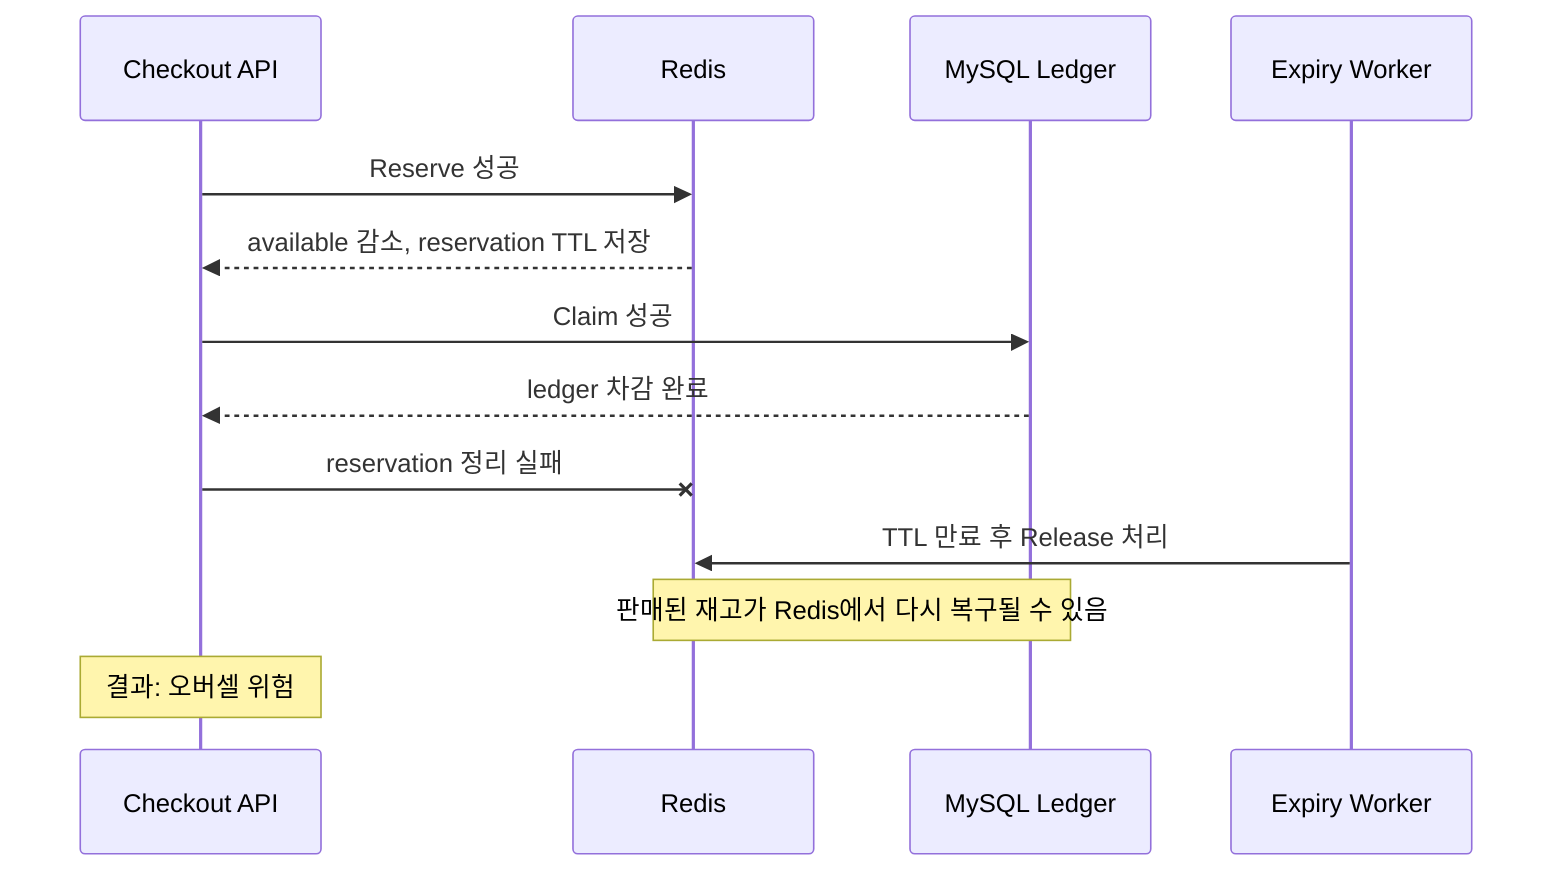
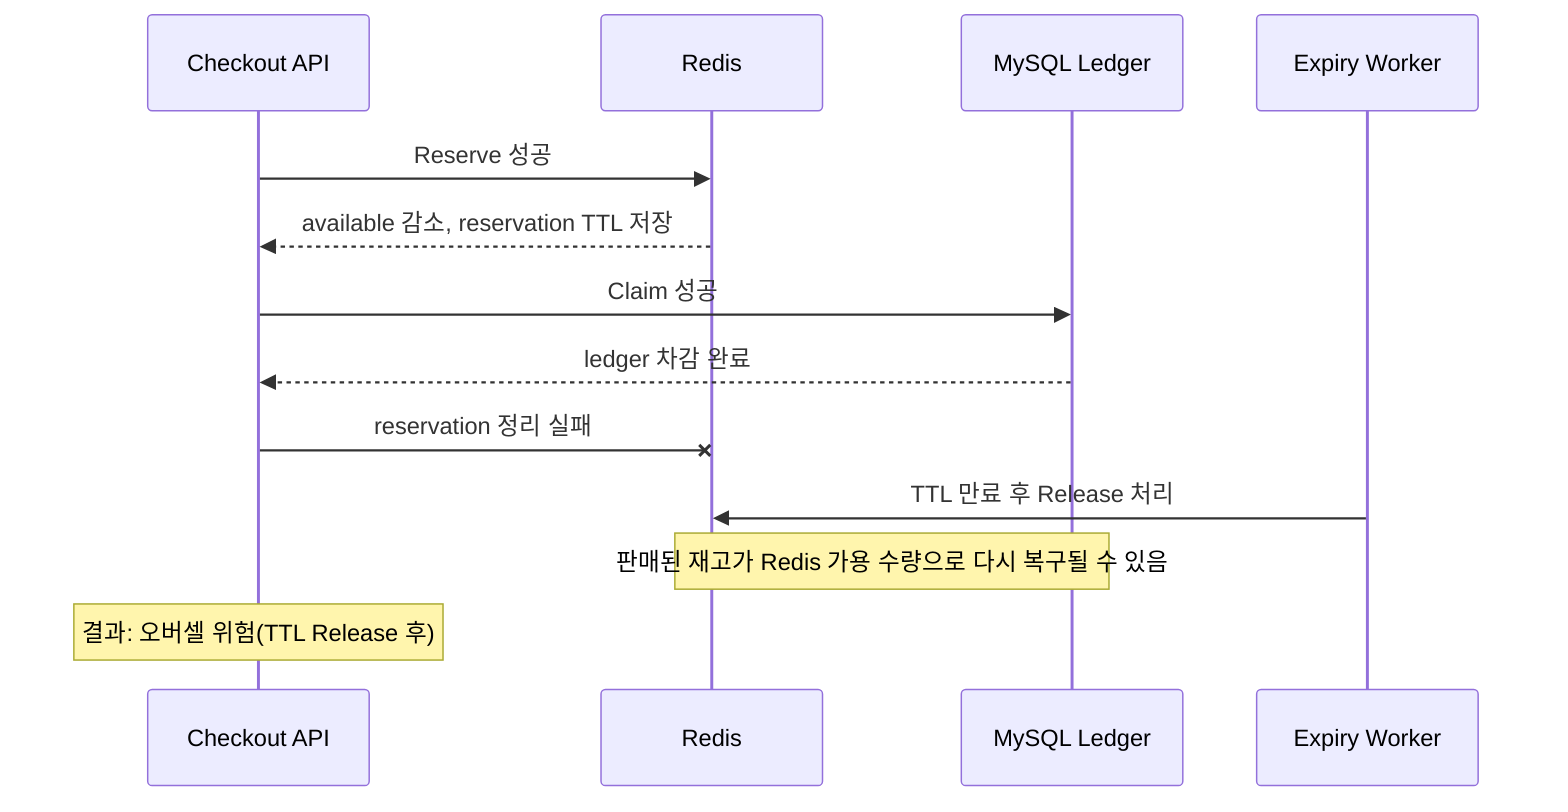
sequenceDiagram
    participant API as Checkout API
    participant Redis
    participant DB as MySQL Ledger
    participant Worker as Expiry Worker

    API->>Redis: Reserve 성공
    Redis-->>API: available 감소, reservation TTL 저장
    API->>DB: Claim 성공
    DB-->>API: ledger 차감 완료
    API-xRedis: reservation 정리 실패
    Worker->>Redis: TTL 만료 후 Release 처리
-     Note over Redis,DB: 판매된 재고가 Redis에서 다시 복구될 수 있음
-     Note over API: 결과: 오버셀 위험
+     Note over Redis,DB: 판매된 재고가 Redis 가용 수량으로 다시 복구될 수 있음
+     Note over API: 결과: 오버셀 위험(TTL Release 후)
